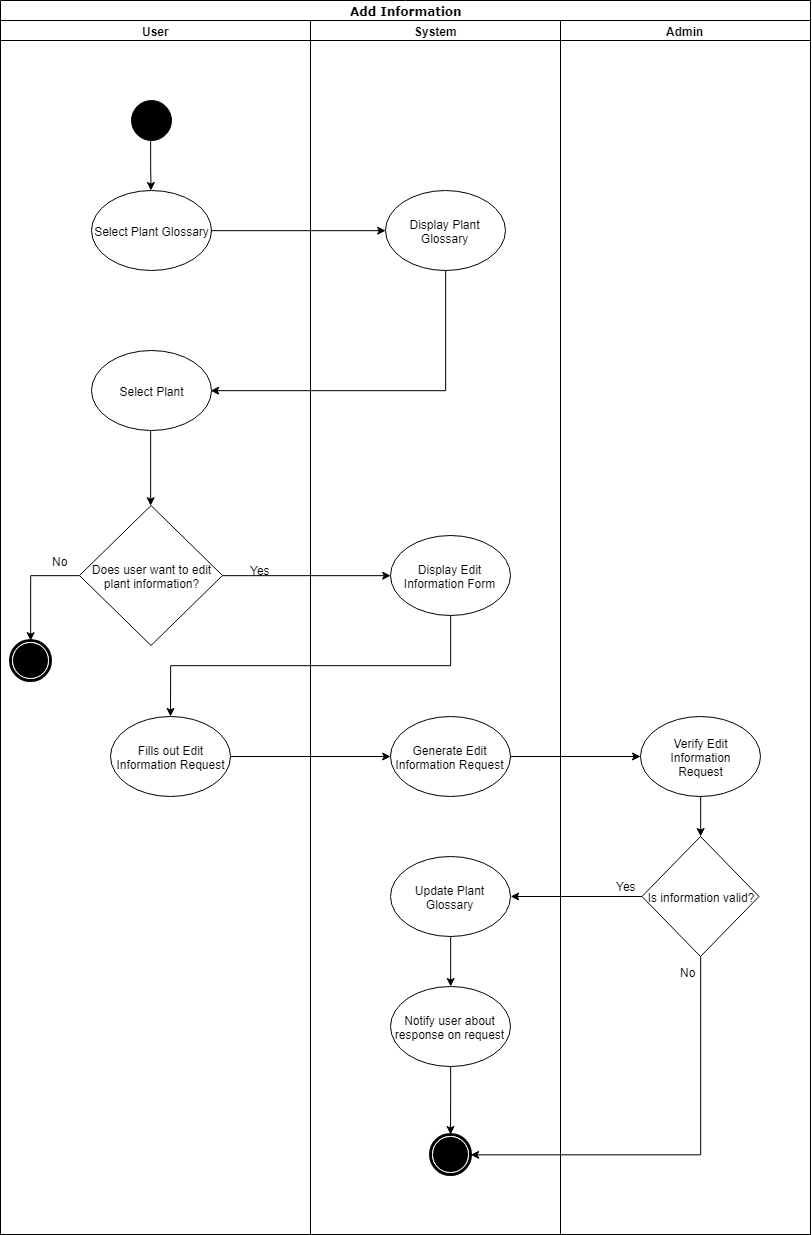
The draw.io diagram Documentations/Diagrams (Midterms)/Activity Diagram/Edit_Information/Activity Diagram - Edit Information.png in seans888/project--lyf, before a commit. Source tidied: cells renumbered, new cells last; positions are measured from the earlier drawing's top-left corner, leaving out a move shared by most shapes. The source it was exported from:
```xml
<mxGraphModel background="#ffffff">
  <root>
    <mxCell id="0" />
    <mxCell id="1" parent="0" />
    <mxCell id="2" value="Add Information" style="swimlane;html=1;startSize=20;rounded=0;shadow=0;comic=0;labelBackgroundColor=none;strokeColor=#000000;strokeWidth=1;fillColor=#ffffff;fontFamily=Verdana;fontSize=12;fontColor=#000000;align=center;" parent="1" vertex="1">
      <mxGeometry width="810" height="1234" as="geometry" />
    </mxCell>
    <mxCell id="3" value="User" style="swimlane;html=1;startSize=20;" parent="2" vertex="1">
      <mxGeometry y="20" width="310" height="1214" as="geometry" />
    </mxCell>
    <mxCell id="4" style="edgeStyle=orthogonalEdgeStyle;rounded=0;jettySize=auto;html=1;exitX=0.5;exitY=1;exitDx=0;exitDy=0;" parent="3" edge="1" source="5" target="6">
      <mxGeometry relative="1" as="geometry" />
    </mxCell>
    <mxCell id="5" style="ellipse;whiteSpace=wrap;html=1;rounded=0;shadow=0;comic=0;labelBackgroundColor=none;strokeColor=#000000;strokeWidth=1;fillColor=#000000;fontFamily=Verdana;fontSize=12;fontColor=#000000;align=center;" parent="3" vertex="1">
      <mxGeometry x="130.5" y="80" width="40" height="40" as="geometry" />
    </mxCell>
    <mxCell id="6" value="Select Plant Glossary" style="ellipse;whiteSpace=wrap;html=1;" parent="3" vertex="1">
      <mxGeometry x="90.5" y="170" width="120" height="80" as="geometry" />
    </mxCell>
    <mxCell id="7" style="edgeStyle=orthogonalEdgeStyle;rounded=0;jettySize=auto;html=1;exitX=0;exitY=0.5;exitDx=0;exitDy=0;entryX=0.5;entryY=0;entryDx=0;entryDy=0;" parent="3" edge="1" source="8" target="9">
      <mxGeometry relative="1" as="geometry" />
    </mxCell>
    <mxCell id="8" value="Does user want to edit&lt;br&gt;plant information?&lt;br&gt;" style="rhombus;whiteSpace=wrap;html=1;" parent="3" vertex="1">
      <mxGeometry x="79" y="485" width="143" height="140" as="geometry" />
    </mxCell>
    <mxCell id="9" style="shape=mxgraph.bpmn.shape;html=1;verticalLabelPosition=bottom;labelBackgroundColor=#ffffff;verticalAlign=top;perimeter=ellipsePerimeter;outline=end;symbol=terminate;rounded=0;shadow=0;comic=0;strokeColor=#000000;strokeWidth=1;fillColor=#ffffff;fontFamily=Verdana;fontSize=12;fontColor=#000000;align=center;" parent="3" vertex="1">
      <mxGeometry x="10" y="620" width="40" height="40" as="geometry" />
    </mxCell>
    <mxCell id="10" value="Fills out Edit Information Request" style="ellipse;whiteSpace=wrap;html=1;" parent="3" vertex="1">
      <mxGeometry x="110" y="696" width="120" height="80" as="geometry" />
    </mxCell>
    <mxCell id="11" value="No" style="text;html=1;align=left;verticalAlign=top;spacingTop=-4;" parent="3" vertex="1">
      <mxGeometry x="50" y="532" width="30" height="10" as="geometry" />
    </mxCell>
    <mxCell id="12" style="edgeStyle=orthogonalEdgeStyle;rounded=0;jettySize=auto;html=1;exitX=0.5;exitY=1;exitDx=0;exitDy=0;entryX=0.5;entryY=0;entryDx=0;entryDy=0;" parent="3" edge="1" source="13" target="8">
      <mxGeometry relative="1" as="geometry" />
    </mxCell>
    <mxCell id="13" value="Select Plant" style="ellipse;whiteSpace=wrap;html=1;" parent="3" vertex="1">
      <mxGeometry x="90.5" y="330" width="120" height="80" as="geometry" />
    </mxCell>
    <mxCell id="14" style="edgeStyle=orthogonalEdgeStyle;rounded=0;jettySize=auto;html=1;exitX=1;exitY=0.5;exitDx=0;exitDy=0;entryX=0;entryY=0.5;entryDx=0;entryDy=0;" parent="2" edge="1" source="8" target="21">
      <mxGeometry relative="1" as="geometry" />
    </mxCell>
    <mxCell id="15" style="edgeStyle=orthogonalEdgeStyle;rounded=0;jettySize=auto;html=1;exitX=0.5;exitY=1;exitDx=0;exitDy=0;" parent="2" edge="1" source="21" target="10">
      <mxGeometry relative="1" as="geometry" />
    </mxCell>
    <mxCell id="16" style="edgeStyle=orthogonalEdgeStyle;rounded=0;jettySize=auto;html=1;exitX=1;exitY=0.5;exitDx=0;exitDy=0;entryX=0;entryY=0.5;entryDx=0;entryDy=0;" parent="2" edge="1" source="10" target="22">
      <mxGeometry relative="1" as="geometry" />
    </mxCell>
    <mxCell id="17" style="edgeStyle=orthogonalEdgeStyle;rounded=0;jettySize=auto;html=1;exitX=1;exitY=0.5;exitDx=0;exitDy=0;" parent="2" edge="1" source="22" target="30">
      <mxGeometry relative="1" as="geometry" />
    </mxCell>
    <mxCell id="18" style="edgeStyle=orthogonalEdgeStyle;rounded=0;jettySize=auto;html=1;exitX=0;exitY=0.5;exitDx=0;exitDy=0;entryX=1;entryY=0.5;entryDx=0;entryDy=0;" parent="2" edge="1" source="31" target="24">
      <mxGeometry relative="1" as="geometry" />
    </mxCell>
    <mxCell id="19" value="System" style="swimlane;html=1;startSize=20;" parent="2" vertex="1">
      <mxGeometry x="310" y="20" width="250" height="1214" as="geometry" />
    </mxCell>
    <mxCell id="20" value="Display Plant Glossary" style="ellipse;whiteSpace=wrap;html=1;" parent="19" vertex="1">
      <mxGeometry x="75" y="170" width="120" height="80" as="geometry" />
    </mxCell>
    <mxCell id="21" value="Display Edit Information Form" style="ellipse;whiteSpace=wrap;html=1;" parent="19" vertex="1">
      <mxGeometry x="80" y="515" width="120" height="80" as="geometry" />
    </mxCell>
    <mxCell id="22" value="Generate Edit Information Request" style="ellipse;whiteSpace=wrap;html=1;" parent="19" vertex="1">
      <mxGeometry x="80" y="696" width="120" height="80" as="geometry" />
    </mxCell>
    <mxCell id="23" style="edgeStyle=orthogonalEdgeStyle;rounded=0;jettySize=auto;html=1;exitX=0.5;exitY=1;exitDx=0;exitDy=0;entryX=0.5;entryY=0;entryDx=0;entryDy=0;" parent="19" edge="1" source="24" target="26">
      <mxGeometry relative="1" as="geometry" />
    </mxCell>
    <mxCell id="24" value="Update Plant Glossary" style="ellipse;whiteSpace=wrap;html=1;" parent="19" vertex="1">
      <mxGeometry x="80" y="836" width="120" height="80" as="geometry" />
    </mxCell>
    <mxCell id="25" style="edgeStyle=orthogonalEdgeStyle;rounded=0;jettySize=auto;html=1;exitX=0.5;exitY=1;exitDx=0;exitDy=0;" parent="19" edge="1" source="26" target="27">
      <mxGeometry relative="1" as="geometry" />
    </mxCell>
    <mxCell id="26" value="Notify user about response on request" style="ellipse;whiteSpace=wrap;html=1;" parent="19" vertex="1">
      <mxGeometry x="80" y="966" width="120" height="80" as="geometry" />
    </mxCell>
    <mxCell id="27" style="shape=mxgraph.bpmn.shape;html=1;verticalLabelPosition=bottom;labelBackgroundColor=#ffffff;verticalAlign=top;perimeter=ellipsePerimeter;outline=end;symbol=terminate;rounded=0;shadow=0;comic=0;strokeColor=#000000;strokeWidth=1;fillColor=#ffffff;fontFamily=Verdana;fontSize=12;fontColor=#000000;align=center;" parent="19" vertex="1">
      <mxGeometry x="120" y="1114" width="40" height="40" as="geometry" />
    </mxCell>
    <mxCell id="28" value="Admin" style="swimlane;html=1;startSize=20;" parent="2" vertex="1">
      <mxGeometry x="560" y="20" width="250" height="1214" as="geometry" />
    </mxCell>
    <mxCell id="29" style="edgeStyle=orthogonalEdgeStyle;rounded=0;jettySize=auto;html=1;exitX=0.5;exitY=1;exitDx=0;exitDy=0;entryX=0.5;entryY=0;entryDx=0;entryDy=0;" parent="28" edge="1" source="30" target="31">
      <mxGeometry relative="1" as="geometry" />
    </mxCell>
    <mxCell id="30" value="Verify Edit Information&lt;br&gt;Request&lt;br&gt;" style="ellipse;whiteSpace=wrap;html=1;" parent="28" vertex="1">
      <mxGeometry x="80" y="696" width="120" height="80" as="geometry" />
    </mxCell>
    <mxCell id="31" value="Is information valid?&lt;br&gt;" style="rhombus;whiteSpace=wrap;html=1;" parent="28" vertex="1">
      <mxGeometry x="81.5" y="816" width="117" height="120" as="geometry" />
    </mxCell>
    <mxCell id="32" style="edgeStyle=orthogonalEdgeStyle;rounded=0;jettySize=auto;html=1;exitX=1;exitY=0.5;exitDx=0;exitDy=0;entryX=0;entryY=0.5;entryDx=0;entryDy=0;" parent="2" edge="1" source="6" target="20">
      <mxGeometry relative="1" as="geometry" />
    </mxCell>
    <mxCell id="33" style="edgeStyle=orthogonalEdgeStyle;rounded=0;jettySize=auto;html=1;exitX=0.5;exitY=1;exitDx=0;exitDy=0;entryX=1;entryY=0.5;entryDx=0;entryDy=0;" parent="2" edge="1" source="20" target="13">
      <mxGeometry relative="1" as="geometry" />
    </mxCell>
    <mxCell id="34" style="edgeStyle=orthogonalEdgeStyle;rounded=0;jettySize=auto;html=1;exitX=0.5;exitY=1;exitDx=0;exitDy=0;entryX=1;entryY=0.5;entryDx=0;entryDy=0;" parent="2" edge="1" source="31" target="27">
      <mxGeometry relative="1" as="geometry" />
    </mxCell>
    <mxCell id="35" value="Yes" style="text;html=1;align=left;verticalAlign=top;spacingTop=-4;" parent="1" vertex="1">
      <mxGeometry x="248" y="561" width="40" height="10" as="geometry" />
    </mxCell>
    <mxCell id="36" value="Yes" style="text;html=1;align=left;verticalAlign=top;spacingTop=-4;" parent="1" vertex="1">
      <mxGeometry x="614" y="877" width="40" height="10" as="geometry" />
    </mxCell>
    <mxCell id="37" value="No" style="text;html=1;align=left;verticalAlign=top;spacingTop=-4;" parent="1" vertex="1">
      <mxGeometry x="678" y="963" width="30" height="10" as="geometry" />
    </mxCell>
  </root>
</mxGraphModel>
```
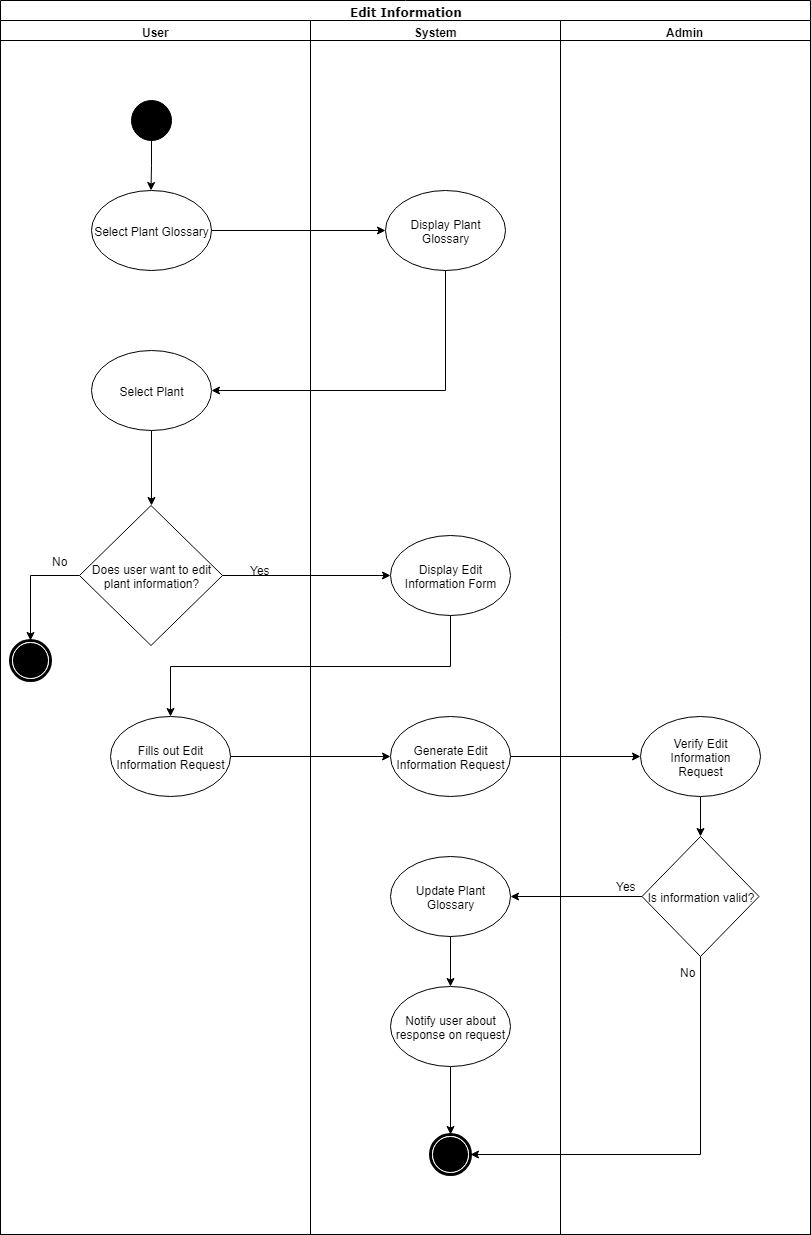
The same file after the commit.

Diff of the diagram source:
```diff
@@ -2,7 +2,7 @@
   <root>
     <mxCell id="0" />
     <mxCell id="1" parent="0" />
-    <mxCell id="2" value="Add Information" style="swimlane;html=1;startSize=20;rounded=0;shadow=0;comic=0;labelBackgroundColor=none;strokeColor=#000000;strokeWidth=1;fillColor=#ffffff;fontFamily=Verdana;fontSize=12;fontColor=#000000;align=center;" parent="1" vertex="1">
+    <mxCell id="2" value="Edit Information" style="swimlane;html=1;startSize=20;rounded=0;shadow=0;comic=0;labelBackgroundColor=none;strokeColor=#000000;strokeWidth=1;fillColor=#ffffff;fontFamily=Verdana;fontSize=12;fontColor=#000000;align=center;" parent="1" vertex="1">
       <mxGeometry width="810" height="1234" as="geometry" />
     </mxCell>
     <mxCell id="3" value="User" style="swimlane;html=1;startSize=20;" parent="2" vertex="1">
```
